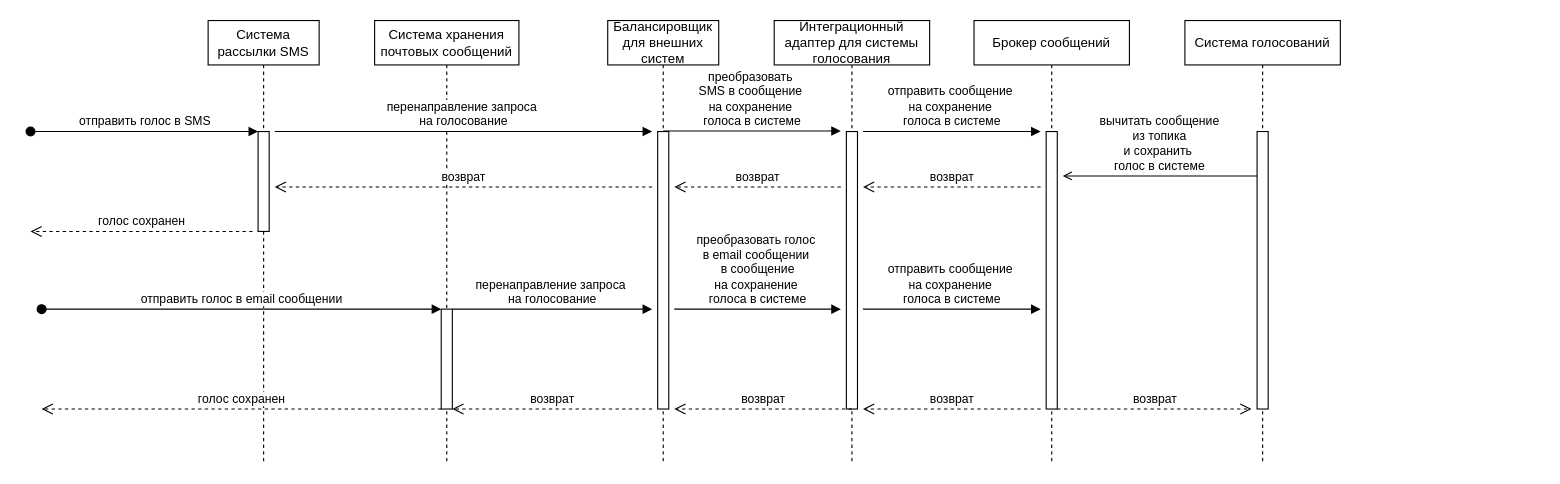
Earlier version of the draw.io diagram pictures/sources/UC-11.drawio (IrinaMarahtanova/architecture-cata). Source tidied: cells renumbered, new cells numbered last; positions are measured from the earlier drawing's top-left corner, leaving out a move shared by most shapes. Both pictures are drawn from the tidied source at 111%, with x=0, y=0 at pixel (30, 20).
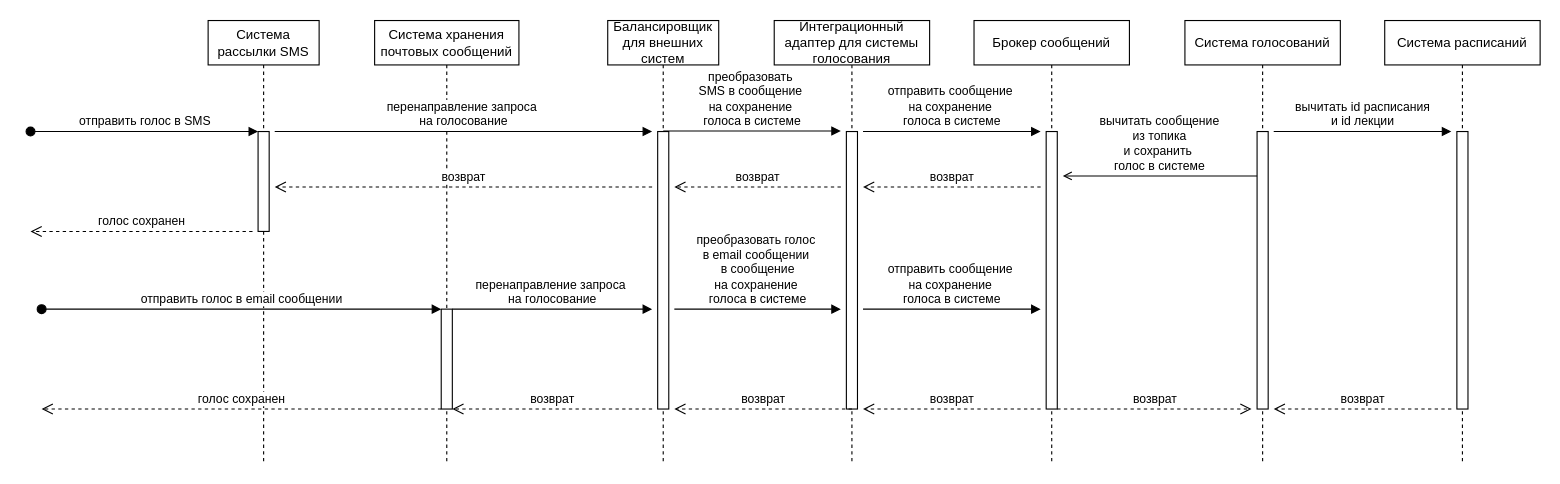
The same page after the edit.

The edit, as a diff of the source:
```diff
@@
+    <mxCell id="32" value="Система расписаний" style="shape=umlLifeline;perimeter=lifelinePerimeter;whiteSpace=wrap;html=1;newEdgeStyle={&quot;edgeStyle&quot;:&quot;elbowEdgeStyle&quot;,&quot;elbow&quot;:&quot;vertical&quot;,&quot;curved&quot;:0,&quot;rounded&quot;:0};" parent="1" vertex="1">
+      <mxGeometry x="1220" width="140" height="400" as="geometry" />
+    </mxCell>
+    <mxCell id="33" style="html=1;perimeter=orthogonalPerimeter;targetShapes=umlLifeline;newEdgeStyle={&quot;edgeStyle&quot;:&quot;elbowEdgeStyle&quot;,&quot;elbow&quot;:&quot;vertical&quot;,&quot;curved&quot;:0,&quot;rounded&quot;:0};" parent="32" vertex="1">
+      <mxGeometry x="65" y="100" width="10" height="250" as="geometry" />
+    </mxCell>
+    <mxCell id="34" value="вычитать id расписания&lt;div&gt;и id лекции&lt;/div&gt;" style="html=1;verticalAlign=bottom;endArrow=block;edgeStyle=elbowEdgeStyle;elbow=vertical;curved=0;rounded=0;" parent="1" edge="1">
+      <mxGeometry relative="1" as="geometry">
+        <mxPoint x="1120" y="100" as="sourcePoint" />
+        <mxPoint x="1280" y="100" as="targetPoint" />
+        <Array as="points">
+          <mxPoint x="1205" y="100" />
+        </Array>
+      </mxGeometry>
+    </mxCell>
+    <mxCell id="35" value="возврат" style="html=1;verticalAlign=bottom;endArrow=open;dashed=1;endSize=8;edgeStyle=elbowEdgeStyle;elbow=horizontal;curved=0;rounded=0;" parent="1" edge="1">
+      <mxGeometry relative="1" as="geometry">
+        <mxPoint x="1280" y="350" as="sourcePoint" />
+        <mxPoint x="1120" y="350" as="targetPoint" />
+        <Array as="points">
+          <mxPoint x="1205" y="350" />
+        </Array>
+      </mxGeometry>
+    </mxCell>
```
